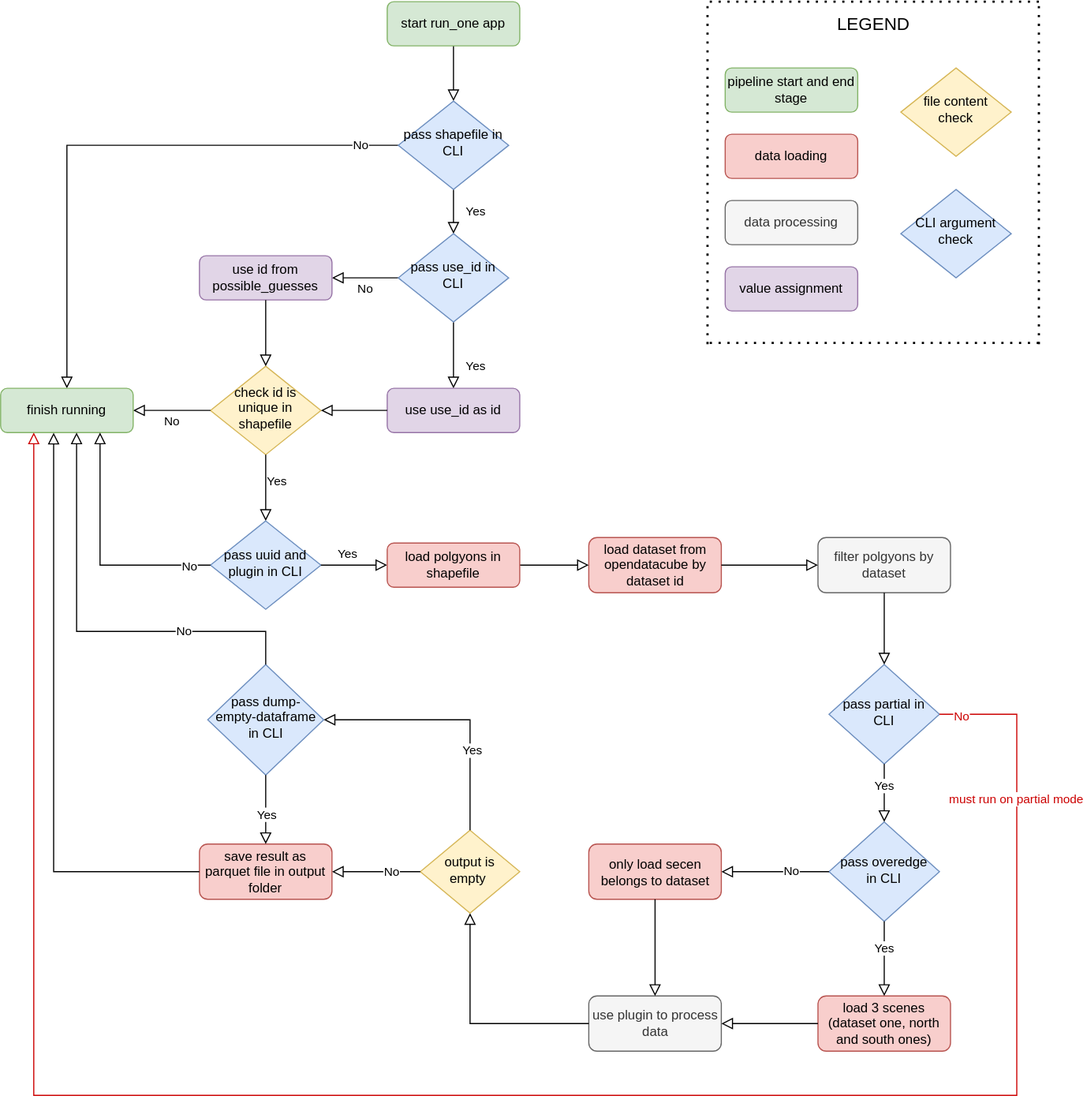
Above: doc/dea-conflux-control-flow-local.svg in GeoscienceAustralia/dea-conflux (draw.io), before the change. Source tidied: cells renumbered, new cells last; positions are measured from the earlier drawing's top-left corner, leaving out a move shared by most shapes.
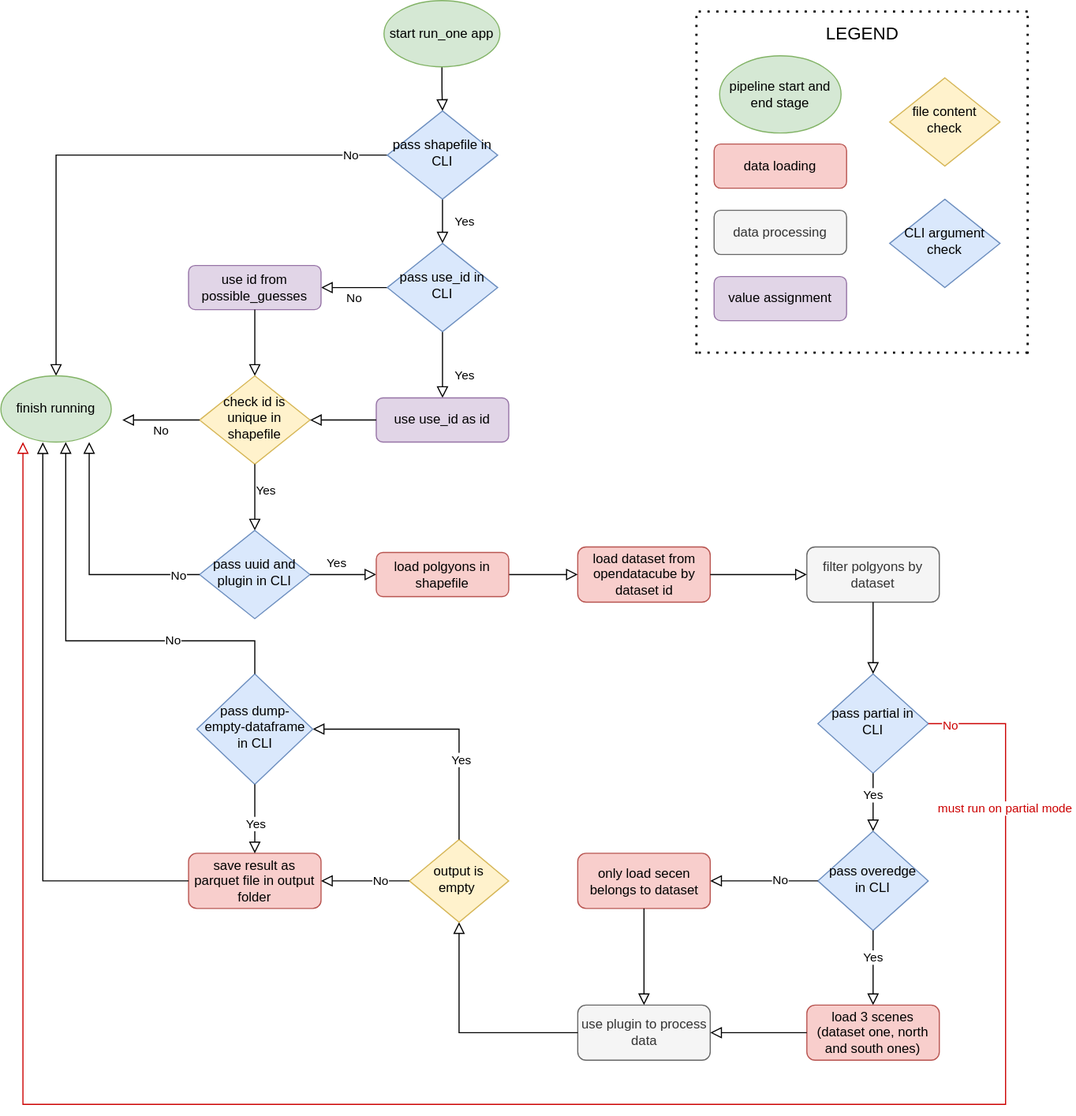
After the change.

Commit message:
Update processing start and finish stage shapes (#40)

Diff of the diagram source:
```diff
@@ -2,12 +2,9 @@
   <root>
     <mxCell id="0" />
     <mxCell id="1" parent="0" />
-    <mxCell id="2" style="rounded=0;html=1;jettySize=auto;fontSize=11;endArrow=block;endFill=0;endSize=8;strokeWidth=1;shadow=0;labelBackgroundColor=none;edgeStyle=orthogonalEdgeStyle;" parent="1" edge="1" source="3" target="7">
+    <mxCell id="2" style="rounded=0;html=1;jettySize=auto;fontSize=11;endArrow=block;endFill=0;endSize=8;strokeWidth=1;shadow=0;labelBackgroundColor=none;edgeStyle=orthogonalEdgeStyle;exitX=0.5;exitY=1;exitDx=0;exitDy=0;" parent="1" edge="1" source="3" target="7">
       <mxGeometry relative="1" as="geometry" />
     </mxCell>
-    <mxCell id="3" value="start run_one app" style="rounded=1;whiteSpace=wrap;html=1;fontSize=12;glass=0;strokeWidth=1;shadow=0;fillColor=#d5e8d4;strokeColor=#82b366;" parent="1" vertex="1">
-      <mxGeometry x="350" width="120" height="40" as="geometry" />
-    </mxCell>
     <mxCell id="4" value="Yes" style="rounded=0;html=1;jettySize=auto;fontSize=11;endArrow=block;endFill=0;endSize=8;strokeWidth=1;shadow=0;labelBackgroundColor=none;edgeStyle=orthogonalEdgeStyle;" parent="1" edge="1" source="7" target="10">
       <mxGeometry y="20" relative="1" as="geometry" />
     </mxCell>
@@ -55,9 +52,6 @@
         <mxPoint x="120" y="370" as="targetPoint" />
       </mxGeometry>
     </mxCell>
-    <mxCell id="17" value="finish running" style="rounded=1;whiteSpace=wrap;html=1;fontSize=12;glass=0;strokeWidth=1;shadow=0;fillColor=#d5e8d4;strokeColor=#82b366;" parent="1" vertex="1">
-      <mxGeometry y="350" width="120" height="40" as="geometry" />
-    </mxCell>
     <mxCell id="18" value="Yes" style="edgeStyle=orthogonalEdgeStyle;rounded=0;html=1;jettySize=auto;fontSize=11;endArrow=block;endFill=0;endSize=8;strokeWidth=1;shadow=0;labelBackgroundColor=none;exitX=0.5;exitY=1;exitDx=0;exitDy=0;" parent="1" edge="1" source="13">
       <mxGeometry x="-0.2" y="10" relative="1" as="geometry">
         <mxPoint x="240" y="470" as="targetPoint" />
@@ -94,8 +88,9 @@
     <mxCell id="26" value="pass&amp;nbsp;overedge in CLI" style="rhombus;whiteSpace=wrap;html=1;shadow=0;fontFamily=Helvetica;fontSize=12;align=center;strokeWidth=1;spacing=6;spacingTop=-4;fillColor=#dae8fc;strokeColor=#6c8ebf;" parent="1" vertex="1">
       <mxGeometry x="750" y="742.5" width="100" height="90" as="geometry" />
     </mxCell>
-    <mxCell id="27" style="edgeStyle=orthogonalEdgeStyle;rounded=0;html=1;jettySize=auto;fontSize=11;endArrow=block;endFill=0;endSize=8;strokeWidth=1;shadow=0;labelBackgroundColor=none;exitX=1;exitY=0.5;exitDx=0;exitDy=0;entryX=0.25;entryY=1;entryDx=0;entryDy=0;strokeColor=#CC0000;" parent="1" edge="1" source="25" target="17">
+    <mxCell id="27" style="edgeStyle=orthogonalEdgeStyle;rounded=0;html=1;jettySize=auto;fontSize=11;endArrow=block;endFill=0;endSize=8;strokeWidth=1;shadow=0;labelBackgroundColor=none;exitX=1;exitY=0.5;exitDx=0;exitDy=0;entryX=0.25;entryY=1;entryDx=0;entryDy=0;strokeColor=#CC0000;" parent="1" edge="1" source="25">
       <mxGeometry y="10" relative="1" as="geometry">
+        <mxPoint x="30" y="390" as="targetPoint" />
         <Array as="points">
           <mxPoint x="920" y="645" />
           <mxPoint x="920" y="990" />
@@ -183,8 +178,9 @@
         <mxPoint x="1" y="15" as="offset" />
       </mxGeometry>
     </mxCell>
-    <mxCell id="52" style="edgeStyle=orthogonalEdgeStyle;rounded=0;html=1;jettySize=auto;fontSize=11;endArrow=block;endFill=0;endSize=8;strokeWidth=1;shadow=0;labelBackgroundColor=none;exitX=0.5;exitY=0;exitDx=0;exitDy=0;entryX=0.573;entryY=1;entryDx=0;entryDy=0;entryPerimeter=0;" parent="1" edge="1" source="46" target="17">
+    <mxCell id="52" style="edgeStyle=orthogonalEdgeStyle;rounded=0;html=1;jettySize=auto;fontSize=11;endArrow=block;endFill=0;endSize=8;strokeWidth=1;shadow=0;labelBackgroundColor=none;exitX=0.5;exitY=0;exitDx=0;exitDy=0;entryX=0.573;entryY=1;entryDx=0;entryDy=0;entryPerimeter=0;" parent="1" edge="1" source="46">
       <mxGeometry y="10" relative="1" as="geometry">
+        <mxPoint x="68.8" y="390" as="targetPoint" />
         <Array as="points">
           <mxPoint x="240" y="570" />
           <mxPoint x="69" y="570" />
@@ -202,9 +198,6 @@
     <mxCell id="55" style="edgeStyle=orthogonalEdgeStyle;rounded=0;html=1;jettySize=auto;fontSize=11;endArrow=block;endFill=0;endSize=8;strokeWidth=1;shadow=0;labelBackgroundColor=none;exitX=1;exitY=0.5;exitDx=0;exitDy=0;entryX=0;entryY=0.5;entryDx=0;entryDy=0;" parent="1" edge="1" source="62" target="23">
       <mxGeometry y="10" relative="1" as="geometry" />
     </mxCell>
-    <mxCell id="56" value="pipeline start and end stage" style="rounded=1;whiteSpace=wrap;html=1;fontSize=12;glass=0;strokeWidth=1;shadow=0;fillColor=#d5e8d4;strokeColor=#82b366;" parent="1" vertex="1">
-      <mxGeometry x="656" y="60" width="120" height="40" as="geometry" />
-    </mxCell>
     <mxCell id="57" value="CLI argument check" style="rhombus;whiteSpace=wrap;html=1;shadow=0;fontFamily=Helvetica;fontSize=12;align=center;strokeWidth=1;spacing=6;spacingTop=-4;fillColor=#dae8fc;strokeColor=#6c8ebf;" parent="1" vertex="1">
       <mxGeometry x="815" y="170" width="100" height="80" as="geometry" />
     </mxCell>
@@ -250,8 +243,19 @@
         <mxPoint x="640" y="308.9" as="targetPoint" />
       </mxGeometry>
     </mxCell>
-    <mxCell id="68" style="edgeStyle=orthogonalEdgeStyle;rounded=0;html=1;jettySize=auto;fontSize=11;endArrow=block;endFill=0;endSize=8;strokeWidth=1;shadow=0;labelBackgroundColor=none;exitX=0;exitY=0.5;exitDx=0;exitDy=0;entryX=0.4;entryY=1.005;entryDx=0;entryDy=0;entryPerimeter=0;" parent="1" edge="1" source="47" target="17">
-      <mxGeometry y="10" relative="1" as="geometry" />
+    <mxCell id="68" style="edgeStyle=orthogonalEdgeStyle;rounded=0;html=1;jettySize=auto;fontSize=11;endArrow=block;endFill=0;endSize=8;strokeWidth=1;shadow=0;labelBackgroundColor=none;exitX=0;exitY=0.5;exitDx=0;exitDy=0;entryX=0.4;entryY=1.005;entryDx=0;entryDy=0;entryPerimeter=0;" parent="1" edge="1" source="47">
+      <mxGeometry y="10" relative="1" as="geometry">
+        <mxPoint x="48" y="390.2" as="targetPoint" />
+      </mxGeometry>
     </mxCell>
+    <mxCell id="3" value="start run_one app" style="ellipse;whiteSpace=wrap;html=1;fillColor=#d5e8d4;strokeColor=#82b366;" parent="1" vertex="1">
+      <mxGeometry x="357" y="-10" width="105" height="60" as="geometry" />
+    </mxCell>
+    <mxCell id="17" value="finish running" style="ellipse;whiteSpace=wrap;html=1;fillColor=#d5e8d4;strokeColor=#82b366;" parent="1" vertex="1">
+      <mxGeometry x="10" y="330" width="100" height="60" as="geometry" />
+    </mxCell>
+    <mxCell id="56" value="pipeline start and end stage" style="ellipse;whiteSpace=wrap;html=1;fillColor=#d5e8d4;strokeColor=#82b366;" parent="1" vertex="1">
+      <mxGeometry x="661" y="40" width="110" height="70" as="geometry" />
+    </mxCell>
   </root>
 </mxGraphModel>
```
